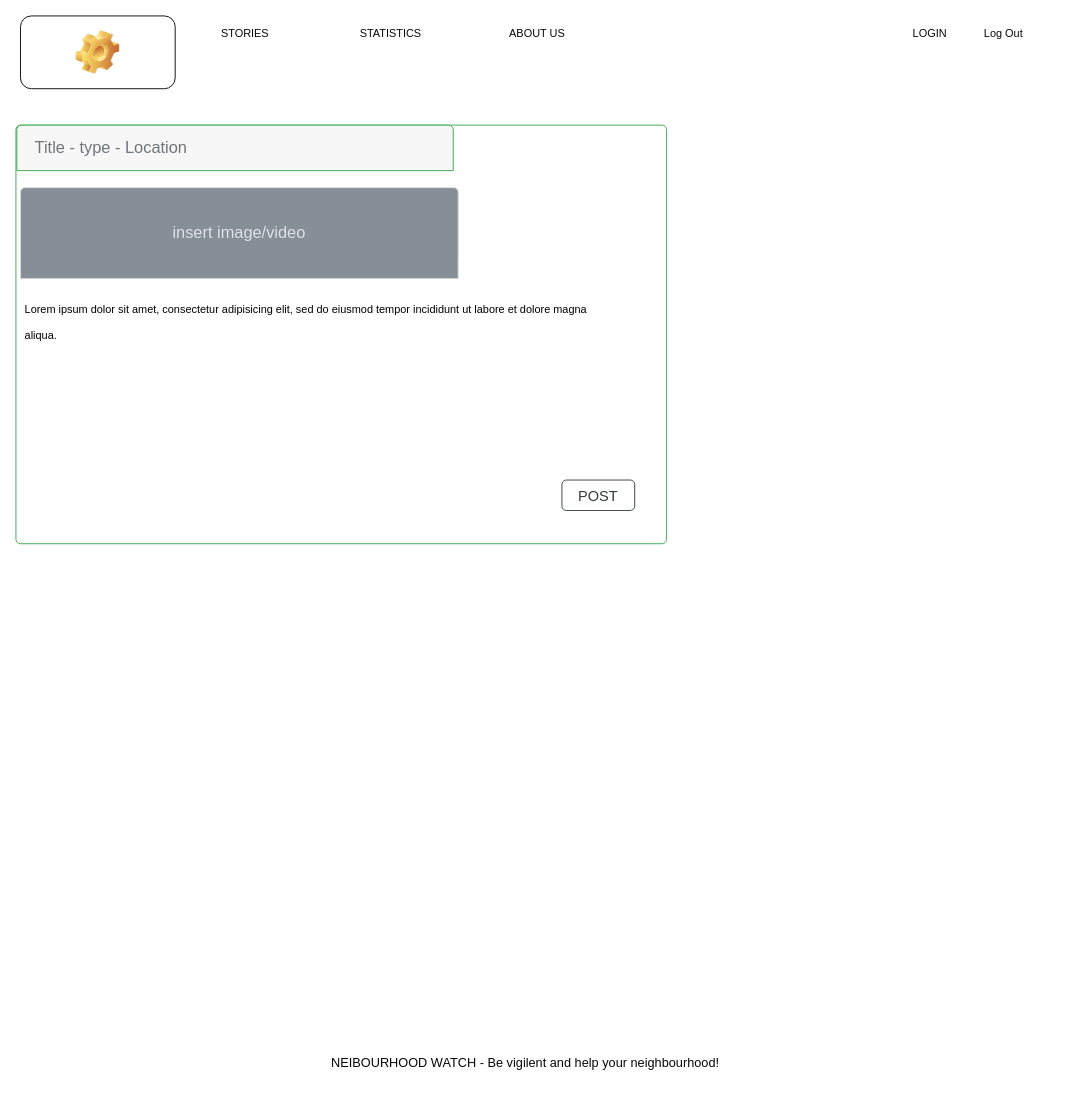
Earlier version of the draw.io diagram page "NEW STORY" (2 of 5) of Diagram.drawio (CristinaConsta/Neighbourhood). Source tidied: cells renumbered, new cells numbered last; positions are measured from the earlier drawing's top-left corner, leaving out a move shared by most shapes. Both pictures are drawn from the tidied source at 91%, with x=0, y=0 at pixel (15, 15).
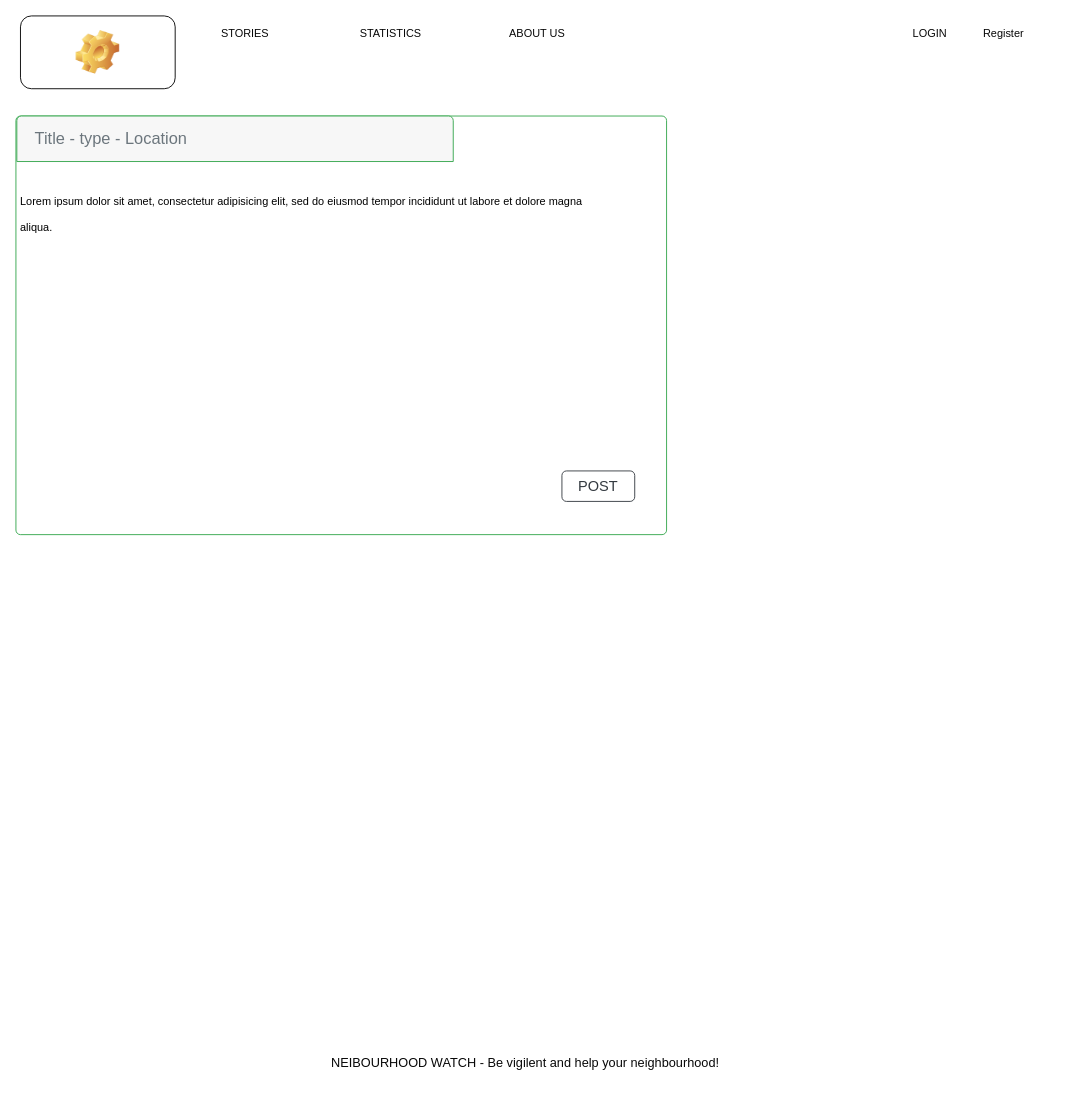
The same page after the edit.

What changed in the source:
```diff
@@
 <mxGraphModel>
   <root>
     <mxCell id="0" />
     <mxCell id="1" parent="0" />
     <mxCell id="2" style="html=1;shadow=0;dashed=0;shape=mxgraph.bootstrap.rect;strokeColor=none;whiteSpace=wrap;rounded=0;fontSize=12;align=center;fillColor=none;noLabel=1;fontColor=none;" parent="1" vertex="1">
       <mxGeometry x="205" width="920" height="40" as="geometry" />
     </mxCell>
     <mxCell id="3" value="STORIES" style="html=1;shadow=0;dashed=0;shape=mxgraph.bootstrap.rect;strokeColor=none;spacingRight=30;whiteSpace=wrap;fontColor=#080808;fillColor=none;" parent="2" vertex="1">
       <mxGeometry x="10" width="103.5" height="40" as="geometry" />
     </mxCell>
     <mxCell id="4" value="&lt;br&gt;" style="html=1;shadow=0;dashed=0;shape=mxgraph.bootstrap.rrect;rSize=8;strokeColor=none;fontColor=#ffffff;whiteSpace=wrap;fillColor=none;" parent="3" vertex="1">
       <mxGeometry x="1" y="0.5" width="25" height="16" relative="1" as="geometry">
         <mxPoint x="-25" y="54" as="offset" />
       </mxGeometry>
     </mxCell>
     <mxCell id="5" value="ABOUT US" style="html=1;shadow=0;dashed=0;fillColor=none;strokeColor=none;shape=mxgraph.bootstrap.rect;whiteSpace=wrap;fontColor=#080808;" parent="2" vertex="1">
       <mxGeometry x="322" width="92" height="40" as="geometry" />
     </mxCell>
     <mxCell id="6" value="LOGIN" style="html=1;shadow=0;dashed=0;fillColor=none;strokeColor=none;shape=mxgraph.bootstrap.rect;whiteSpace=wrap;fontColor=#080808;" parent="2" vertex="1">
       <mxGeometry x="759" width="80.5" height="40" as="geometry" />
     </mxCell>
-    <mxCell id="7" value="Log Out" style="html=1;shadow=0;dashed=0;fillColor=none;strokeColor=none;shape=mxgraph.bootstrap.rect;whiteSpace=wrap;fontColor=#080808;" parent="2" vertex="1">
+    <mxCell id="7" value="Register" style="html=1;shadow=0;dashed=0;fillColor=none;strokeColor=none;shape=mxgraph.bootstrap.rect;whiteSpace=wrap;fontColor=#080808;" parent="2" vertex="1">
       <mxGeometry x="839.5" width="80.5" height="40" as="geometry" />
     </mxCell>
     <mxCell id="8" value="STATISTICS" style="html=1;shadow=0;dashed=0;strokeColor=none;shape=mxgraph.bootstrap.rect;whiteSpace=wrap;fillColor=none;fontColor=#080808;" parent="2" vertex="1">
       <mxGeometry x="155" width="104" height="40" as="geometry" />
     </mxCell>
     <mxCell id="9" value="&lt;br style=&quot;font-size: 14px&quot;&gt;" style="html=1;shadow=0;dashed=0;shape=mxgraph.bootstrap.rrect;rSize=5;strokeColor=#33A64C;html=1;whiteSpace=wrap;fillColor=#ffffff;fontColor=#33A64C;verticalAlign=bottom;align=left;spacing=20;spacingBottom=0;fontSize=14;" parent="1" vertex="1">
-      <mxGeometry y="120" width="715" height="460" as="geometry" />
+      <mxGeometry y="110" width="715" height="460" as="geometry" />
     </mxCell>
     <mxCell id="10" value="Title - type - Location" style="html=1;shadow=0;dashed=0;shape=mxgraph.bootstrap.topButton;rSize=5;perimeter=none;whiteSpace=wrap;fillColor=#F7F7F7;strokeColor=#33A64C;fontColor=#6C767D;fontSize=18;align=left;spacing=20;" parent="9" vertex="1">
       <mxGeometry width="479.57" height="50" relative="1" as="geometry">
         <mxPoint x="1" as="offset" />
       </mxGeometry>
     </mxCell>
     <mxCell id="11" value="POST" style="html=1;shadow=0;dashed=0;shape=mxgraph.bootstrap.rrect;rSize=5;strokeColor=#343A40;strokeWidth=1;fillColor=none;fontColor=#343A40;whiteSpace=wrap;align=center;verticalAlign=middle;spacingLeft=0;fontStyle=0;fontSize=16;spacing=5;labelBackgroundColor=none;" parent="9" vertex="1">
       <mxGeometry x="600" y="390" width="80" height="33.5" as="geometry" />
     </mxCell>
-    <mxCell id="12" style="html=1;shadow=0;dashed=0;shape=mxgraph.bootstrap.rrect;rSize=5;strokeColor=#DFDFDF;html=1;whiteSpace=wrap;fillColor=#ffffff;fontColor=#000000;verticalAlign=bottom;align=left;spacing=20;fontSize=14;" parent="9" vertex="1">
-      <mxGeometry x="5" y="68.7" width="481" height="84.7" as="geometry" />
-    </mxCell>
-    <mxCell id="13" value="insert image/video" style="html=1;shadow=0;dashed=0;shape=mxgraph.bootstrap.topButton;rSize=5;perimeter=none;whiteSpace=wrap;fillColor=#868E96;strokeColor=#DFDFDF;fontColor=#DEE2E6;fontSize=18;" parent="12" vertex="1">
-      <mxGeometry width="481" height="100" relative="1" as="geometry" />
-    </mxCell>
     <mxCell id="14" value="&lt;h1&gt;&lt;span style=&quot;font-size: 12px ; font-weight: normal&quot;&gt;Lorem ipsum dolor sit amet, consectetur adipisicing elit, sed do eiusmod tempor incididunt ut labore et dolore magna aliqua.&lt;/span&gt;&lt;br&gt;&lt;/h1&gt;" style="text;html=1;strokeColor=none;fillColor=none;spacing=5;spacingTop=-20;whiteSpace=wrap;overflow=hidden;rounded=0;labelBackgroundColor=none;fontColor=none;" parent="9" vertex="1">
-      <mxGeometry x="5" y="178.5" width="660" height="61.8" as="geometry" />
+      <mxGeometry y="70" width="660" height="61.8" as="geometry" />
     </mxCell>
     <mxCell id="15" value="Icon" style="icon;html=1;image=img/clipart/Gear_128x128.png;fontColor=#FFFFFF;labelBackgroundColor=none;fillColor=none;" parent="1" vertex="1">
       <mxGeometry x="5" width="170" height="80" as="geometry" />
     </mxCell>
     <mxCell id="16" style="html=1;shadow=0;dashed=0;shape=mxgraph.bootstrap.rect;strokeColor=none;whiteSpace=wrap;rounded=0;fontSize=12;fontColor=#000000;align=center;fillColor=none;" parent="1" vertex="1">
       <mxGeometry x="5" y="1130" width="1150" height="40" as="geometry" />
     </mxCell>
     <mxCell id="17" value="NEIBOURHOOD WATCH - Be vigilent and help your neighbourhood!" style="html=1;shadow=0;dashed=0;strokeColor=none;shape=mxgraph.bootstrap.rect;fontSize=14;whiteSpace=wrap;fontColor=#080808;fillColor=none;" parent="16" vertex="1">
       <mxGeometry width="1110" height="40" as="geometry" />
     </mxCell>
   </root>
 </mxGraphModel>
```
